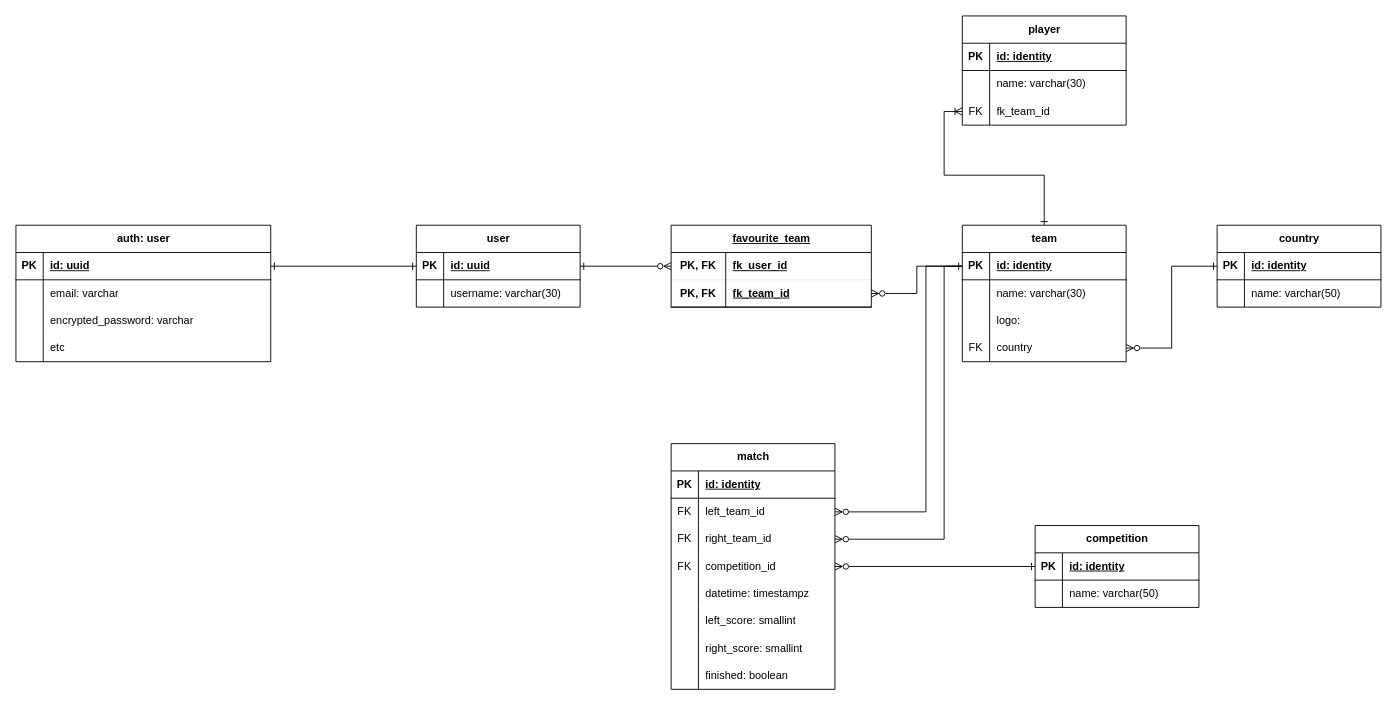
This is database_scripts/database_diagram.drawio from elenaatorralbo/pruebas_software, a draw.io file, before an edit. Source tidied: cells renumbered, new cells numbered last; positions are measured from the earlier drawing's top-left corner, leaving out a move shared by most shapes. Both pictures are drawn from the tidied source at 91%, with x=0, y=0 at pixel (15, 15).
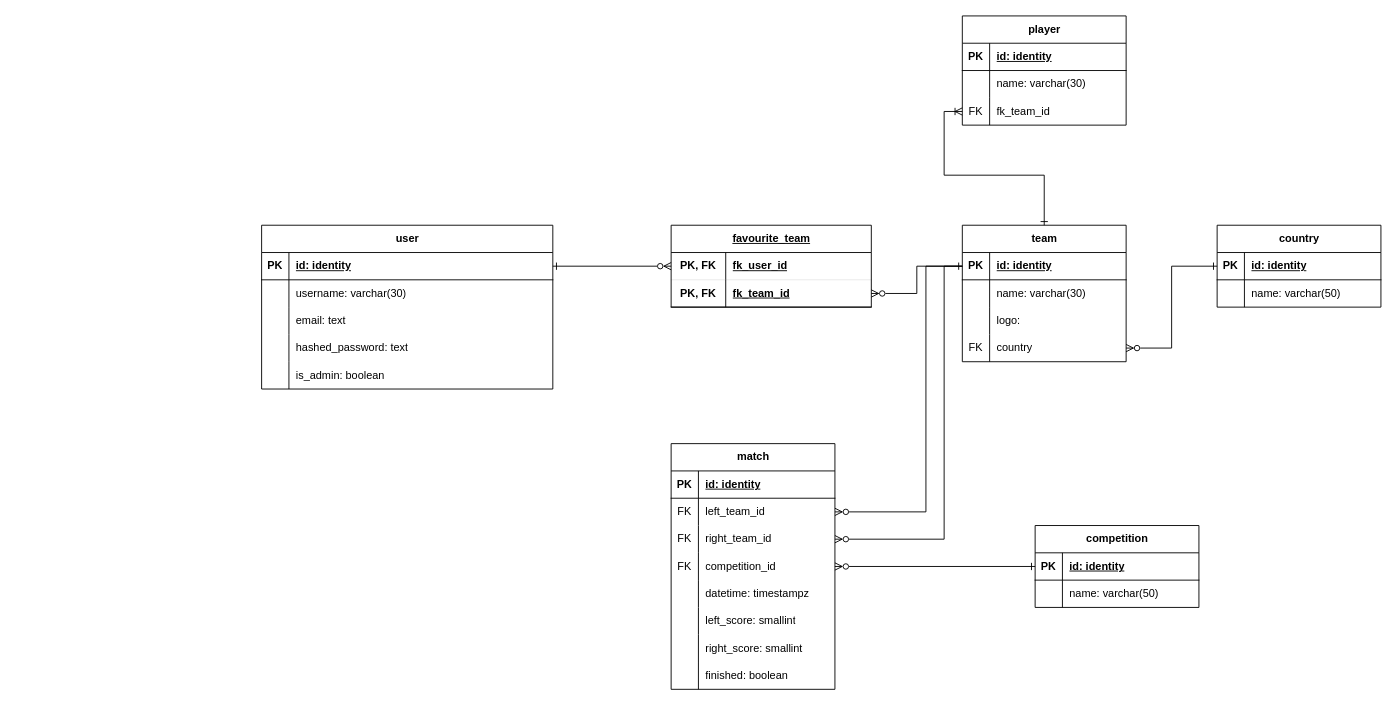
Above is the later version.

The edit, as a diff of the source:
```diff
@@
     <mxCell id="2" value="user" style="shape=table;startSize=30;childLayout=tableLayout;rowLines=0;fontStyle=1;align=center;html=1;" parent="1" vertex="1">
-      <mxGeometry x="440" y="230" width="180" height="90" as="geometry" />
+      <mxGeometry x="270" y="230" width="320" height="180" as="geometry" />
     </mxCell>
     <mxCell id="3" style="shape=tableRow;horizontal=0;startSize=0;swimlaneHead=0;swimlaneBody=0;fillColor=none;points=[[0,0.5],[1,0.5]];portConstraint=eastwest;top=0;left=0;right=0;bottom=1;" parent="2" vertex="1">
-      <mxGeometry y="30" width="180" height="30" as="geometry" />
+      <mxGeometry y="30" width="320" height="30" as="geometry" />
     </mxCell>
@@
-    <mxCell id="5" value="id: uuid" style="shape=partialRectangle;fillColor=none;top=0;left=0;bottom=0;right=0;align=left;spacingLeft=6;fontStyle=5;overflow=hidden;whiteSpace=wrap;html=1;" parent="3" vertex="1">
-      <mxGeometry x="30" width="150" height="30" as="geometry" />
+    <mxCell id="5" value="id: identity" style="shape=partialRectangle;fillColor=none;top=0;left=0;bottom=0;right=0;align=left;spacingLeft=6;fontStyle=5;overflow=hidden;whiteSpace=wrap;html=1;" parent="3" vertex="1">
+      <mxGeometry x="30" width="290" height="30" as="geometry" />
     </mxCell>
     <mxCell id="6" style="shape=tableRow;horizontal=0;startSize=0;swimlaneHead=0;swimlaneBody=0;fillColor=none;top=0;left=0;right=0;bottom=0;" parent="2" vertex="1">
-      <mxGeometry y="60" width="180" height="30" as="geometry" />
+      <mxGeometry y="60" width="320" height="30" as="geometry" />
     </mxCell>
@@
     <mxCell id="8" value="username: varchar(30)" style="shape=partialRectangle;fillColor=none;top=0;left=0;bottom=0;right=0;align=left;spacingLeft=6;overflow=hidden;whiteSpace=wrap;html=1;" parent="6" vertex="1">
-      <mxGeometry x="30" width="150" height="30" as="geometry" />
+      <mxGeometry x="30" width="290" height="30" as="geometry" />
     </mxCell>
+    <mxCell id="51" style="shape=tableRow;horizontal=0;startSize=0;swimlaneHead=0;swimlaneBody=0;fillColor=none;top=0;left=0;right=0;bottom=0;" parent="2" vertex="1">
+      <mxGeometry y="90" width="320" height="30" as="geometry" />
+    </mxCell>
+    <mxCell id="52" style="shape=partialRectangle;fillColor=none;top=0;left=0;bottom=0;right=0;overflow=hidden;whiteSpace=wrap;html=1;" parent="51" vertex="1">
+      <mxGeometry width="30" height="30" as="geometry" />
+    </mxCell>
+    <mxCell id="53" value="email: text" style="shape=partialRectangle;fillColor=none;top=0;left=0;bottom=0;right=0;align=left;spacingLeft=6;overflow=hidden;whiteSpace=wrap;html=1;" parent="51" vertex="1">
+      <mxGeometry x="30" width="290" height="30" as="geometry" />
+    </mxCell>
+    <mxCell id="54" style="shape=tableRow;horizontal=0;startSize=0;swimlaneHead=0;swimlaneBody=0;fillColor=none;top=0;left=0;right=0;bottom=0;" parent="2" vertex="1">
+      <mxGeometry y="120" width="320" height="30" as="geometry" />
+    </mxCell>
+    <mxCell id="55" style="shape=partialRectangle;fillColor=none;top=0;left=0;bottom=0;right=0;overflow=hidden;whiteSpace=wrap;html=1;" parent="54" vertex="1">
+      <mxGeometry width="30" height="30" as="geometry" />
+    </mxCell>
+    <mxCell id="56" value="hashed_password: text" style="shape=partialRectangle;fillColor=none;top=0;left=0;bottom=0;right=0;align=left;spacingLeft=6;overflow=hidden;whiteSpace=wrap;html=1;" parent="54" vertex="1">
+      <mxGeometry x="30" width="290" height="30" as="geometry" />
+    </mxCell>
+    <mxCell id="100" style="shape=tableRow;horizontal=0;startSize=0;swimlaneHead=0;swimlaneBody=0;fillColor=none;top=0;left=0;right=0;bottom=0;" parent="2" vertex="1">
+      <mxGeometry y="150" width="320" height="30" as="geometry" />
+    </mxCell>
+    <mxCell id="58" style="shape=partialRectangle;fillColor=none;top=0;left=0;bottom=0;right=0;overflow=hidden;whiteSpace=wrap;html=1;" parent="100" vertex="1">
+      <mxGeometry width="30" height="30" as="geometry" />
+    </mxCell>
+    <mxCell id="101" value="is_admin: boolean" style="shape=partialRectangle;fillColor=none;top=0;left=0;bottom=0;right=0;align=left;spacingLeft=6;overflow=hidden;whiteSpace=wrap;html=1;" parent="100" vertex="1">
+      <mxGeometry x="30" width="290" height="30" as="geometry" />
+    </mxCell>
@@
-    <mxCell id="47" value="auth: user" style="shape=table;startSize=30;childLayout=tableLayout;rowLines=0;fontStyle=1;align=center;html=1;" parent="1" vertex="1">
-      <mxGeometry y="230" width="280" height="150" as="geometry" />
-    </mxCell>
-    <mxCell id="48" style="shape=tableRow;horizontal=0;startSize=0;swimlaneHead=0;swimlaneBody=0;fillColor=none;points=[[0,0.5],[1,0.5]];portConstraint=eastwest;top=0;left=0;right=0;bottom=1;" parent="47" vertex="1">
-      <mxGeometry y="30" width="280" height="30" as="geometry" />
-    </mxCell>
-    <mxCell id="49" value="PK" style="shape=partialRectangle;fillColor=none;top=0;left=0;bottom=0;right=0;fontStyle=1;overflow=hidden;whiteSpace=wrap;html=1;" parent="48" vertex="1">
-      <mxGeometry width="30" height="30" as="geometry" />
-    </mxCell>
-    <mxCell id="50" value="id: uuid" style="shape=partialRectangle;fillColor=none;top=0;left=0;bottom=0;right=0;align=left;spacingLeft=6;fontStyle=5;overflow=hidden;whiteSpace=wrap;html=1;" parent="48" vertex="1">
-      <mxGeometry x="30" width="250" height="30" as="geometry" />
-    </mxCell>
-    <mxCell id="51" style="shape=tableRow;horizontal=0;startSize=0;swimlaneHead=0;swimlaneBody=0;fillColor=none;top=0;left=0;right=0;bottom=0;" parent="47" vertex="1">
-      <mxGeometry y="60" width="280" height="30" as="geometry" />
-    </mxCell>
-    <mxCell id="52" style="shape=partialRectangle;fillColor=none;top=0;left=0;bottom=0;right=0;overflow=hidden;whiteSpace=wrap;html=1;" parent="51" vertex="1">
-      <mxGeometry width="30" height="30" as="geometry" />
-    </mxCell>
-    <mxCell id="53" value="email: varchar" style="shape=partialRectangle;fillColor=none;top=0;left=0;bottom=0;right=0;align=left;spacingLeft=6;overflow=hidden;whiteSpace=wrap;html=1;" parent="51" vertex="1">
-      <mxGeometry x="30" width="250" height="30" as="geometry" />
-    </mxCell>
-    <mxCell id="54" style="shape=tableRow;horizontal=0;startSize=0;swimlaneHead=0;swimlaneBody=0;fillColor=none;top=0;left=0;right=0;bottom=0;" parent="47" vertex="1">
-      <mxGeometry y="90" width="280" height="30" as="geometry" />
-    </mxCell>
-    <mxCell id="55" style="shape=partialRectangle;fillColor=none;top=0;left=0;bottom=0;right=0;overflow=hidden;whiteSpace=wrap;html=1;" parent="54" vertex="1">
-      <mxGeometry width="30" height="30" as="geometry" />
-    </mxCell>
-    <mxCell id="56" value="encrypted_password: varchar" style="shape=partialRectangle;fillColor=none;top=0;left=0;bottom=0;right=0;align=left;spacingLeft=6;overflow=hidden;whiteSpace=wrap;html=1;" parent="54" vertex="1">
-      <mxGeometry x="30" width="250" height="30" as="geometry" />
-    </mxCell>
-    <mxCell id="57" style="shape=tableRow;horizontal=0;startSize=0;swimlaneHead=0;swimlaneBody=0;fillColor=none;top=0;left=0;right=0;bottom=0;" parent="47" vertex="1">
-      <mxGeometry y="120" width="280" height="30" as="geometry" />
-    </mxCell>
-    <mxCell id="58" style="shape=partialRectangle;fillColor=none;top=0;left=0;bottom=0;right=0;overflow=hidden;whiteSpace=wrap;html=1;" parent="57" vertex="1">
-      <mxGeometry width="30" height="30" as="geometry" />
-    </mxCell>
-    <mxCell id="59" value="etc" style="shape=partialRectangle;fillColor=none;top=0;left=0;bottom=0;right=0;align=left;spacingLeft=6;overflow=hidden;whiteSpace=wrap;html=1;" parent="57" vertex="1">
-      <mxGeometry x="30" width="250" height="30" as="geometry" />
-    </mxCell>
-    <mxCell id="60" style="edgeStyle=orthogonalEdgeStyle;rounded=0;jettySize=auto;html=1;entryX=0;entryY=0.5;entryDx=0;entryDy=0;endArrow=ERone;endFill=0;startArrow=ERone;startFill=0;" parent="1" edge="1" source="48" target="3">
-      <mxGeometry relative="1" as="geometry" />
-    </mxCell>
```
